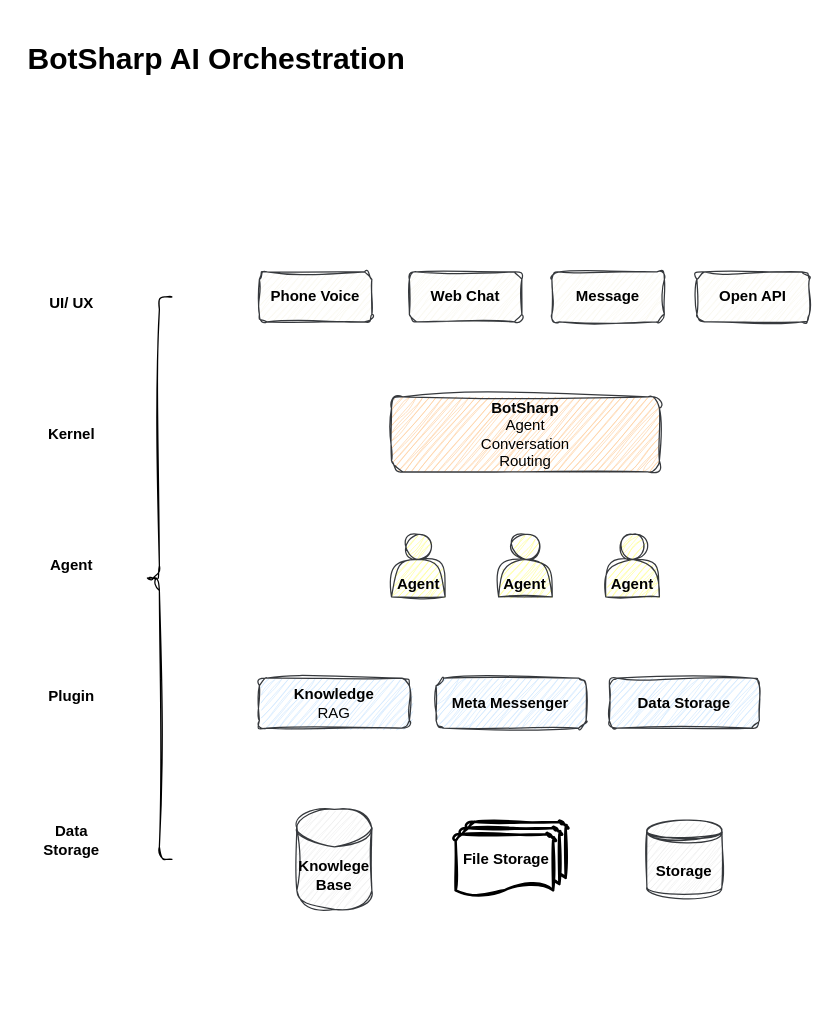
This is docs/architecture/assets/overview.drawio from seniordev1012/dotnet-Azure-AI-botsharp, a draw.io file, before an edit. Source tidied: cells renumbered, new cells numbered last; positions are measured from the earlier drawing's top-left corner, leaving out a move shared by most shapes. Both pictures are drawn from the tidied source at 125%, with x=0, y=0 at pixel (21, 34).
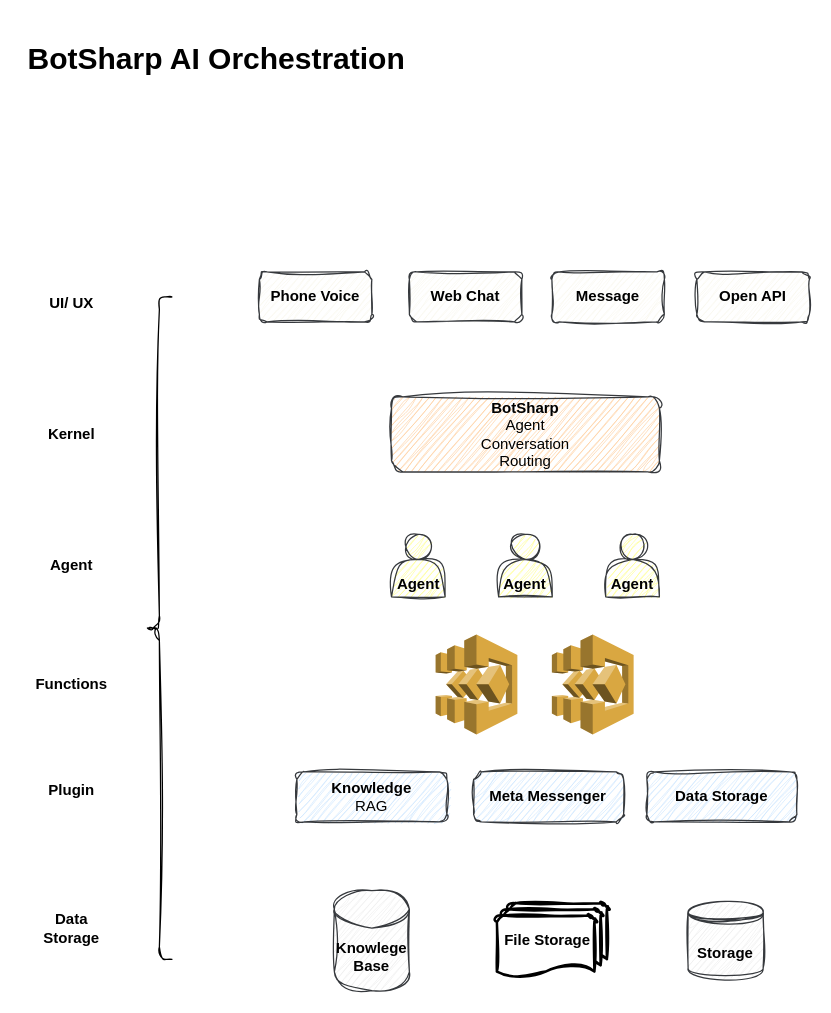
The same diagram, later.

What changed in the source:
```diff
@@
     <mxCell id="8" value="&lt;b&gt;Knowlege Base&lt;/b&gt;" style="shape=cylinder3;whiteSpace=wrap;html=1;boundedLbl=1;backgroundOutline=1;size=15;fillColor=#eeeeee;strokeColor=#36393d;sketch=1;curveFitting=1;jiggle=2;" parent="1" vertex="1">
-      <mxGeometry x="220" y="620" width="60" height="80" as="geometry" />
+      <mxGeometry x="250" y="685" width="60" height="80" as="geometry" />
     </mxCell>
     <mxCell id="9" value="&lt;b&gt;Knowledge&lt;/b&gt;&lt;br&gt;RAG" style="rounded=1;whiteSpace=wrap;html=1;fillColor=#cce5ff;strokeColor=#36393d;sketch=1;curveFitting=1;jiggle=2;" parent="1" vertex="1">
-      <mxGeometry x="190" y="515" width="120" height="40" as="geometry" />
+      <mxGeometry x="220" y="590" width="120" height="40" as="geometry" />
     </mxCell>
     <mxCell id="10" style="shape=curlyBracket;whiteSpace=wrap;html=1;rounded=1;labelPosition=left;verticalLabelPosition=middle;align=right;verticalAlign=middle;sketch=1;curveFitting=1;jiggle=2;" parent="1" vertex="1">
-      <mxGeometry x="100" y="210" width="20" height="450" as="geometry" />
+      <mxGeometry x="100" y="210" width="20" height="530" as="geometry" />
     </mxCell>
@@
     <mxCell id="14" value="&lt;b&gt;Meta Messenger&lt;/b&gt;" style="rounded=1;whiteSpace=wrap;html=1;fillColor=#cce5ff;strokeColor=#36393d;sketch=1;curveFitting=1;jiggle=2;" parent="1" vertex="1">
-      <mxGeometry x="331.4" y="515" width="120" height="40" as="geometry" />
+      <mxGeometry x="361.4" y="590" width="120" height="40" as="geometry" />
     </mxCell>
     <mxCell id="15" value="&lt;b&gt;Data Storage&lt;/b&gt;" style="rounded=1;whiteSpace=wrap;html=1;fillColor=#cce5ff;strokeColor=#36393d;sketch=1;curveFitting=1;jiggle=2;" parent="1" vertex="1">
-      <mxGeometry x="470" y="515" width="120" height="40" as="geometry" />
+      <mxGeometry x="500" y="590" width="120" height="40" as="geometry" />
     </mxCell>
     <mxCell id="16" value="&lt;b&gt;Storage&lt;/b&gt;" style="shape=datastore;whiteSpace=wrap;html=1;fillColor=#eeeeee;strokeColor=#36393d;sketch=1;curveFitting=1;jiggle=2;" parent="1" vertex="1">
-      <mxGeometry x="500" y="630" width="60" height="60" as="geometry" />
+      <mxGeometry x="533" y="695" width="60" height="60" as="geometry" />
     </mxCell>
@@
     <mxCell id="20" value="&lt;b&gt;Plugin&lt;/b&gt;" style="text;html=1;strokeColor=none;fillColor=none;align=center;verticalAlign=middle;whiteSpace=wrap;rounded=0;sketch=1;curveFitting=1;jiggle=2;" parent="1" vertex="1">
-      <mxGeometry x="10" y="515" width="60" height="30" as="geometry" />
+      <mxGeometry x="10" y="590" width="60" height="30" as="geometry" />
     </mxCell>
     <mxCell id="21" value="&lt;b&gt;Data Storage&lt;/b&gt;" style="text;html=1;strokeColor=none;fillColor=none;align=center;verticalAlign=middle;whiteSpace=wrap;rounded=0;sketch=1;curveFitting=1;jiggle=2;" parent="1" vertex="1">
-      <mxGeometry x="10" y="630" width="60" height="30" as="geometry" />
+      <mxGeometry x="10" y="700" width="60" height="30" as="geometry" />
     </mxCell>
     <mxCell id="22" value="&lt;b&gt;File Storage&amp;nbsp;&amp;nbsp;&lt;/b&gt;" style="strokeWidth=2;html=1;shape=mxgraph.flowchart.multi-document;whiteSpace=wrap;sketch=1;curveFitting=1;jiggle=2;" parent="1" vertex="1">
-      <mxGeometry x="347" y="630" width="88" height="60" as="geometry" />
+      <mxGeometry x="380" y="695" width="88" height="60" as="geometry" />
     </mxCell>
+    <mxCell id="23" style="dashed=0;verticalLabelPosition=bottom;verticalAlign=top;align=center;html=1;shape=mxgraph.aws3.step_functions;fillColor=#D9A741;gradientColor=none;" parent="1" vertex="1">
+      <mxGeometry x="331" y="480" width="65.4" height="80" as="geometry" />
+    </mxCell>
+    <mxCell id="24" style="dashed=0;verticalLabelPosition=bottom;verticalAlign=top;align=center;html=1;shape=mxgraph.aws3.step_functions;fillColor=#D9A741;gradientColor=none;" parent="1" vertex="1">
+      <mxGeometry x="424" y="480" width="65.4" height="80" as="geometry" />
+    </mxCell>
+    <mxCell id="25" value="&lt;b&gt;Functions&lt;/b&gt;" style="text;html=1;strokeColor=none;fillColor=none;align=center;verticalAlign=middle;whiteSpace=wrap;rounded=0;sketch=1;curveFitting=1;jiggle=2;" parent="1" vertex="1">
+      <mxGeometry x="10" y="505" width="60" height="30" as="geometry" />
+    </mxCell>
```
